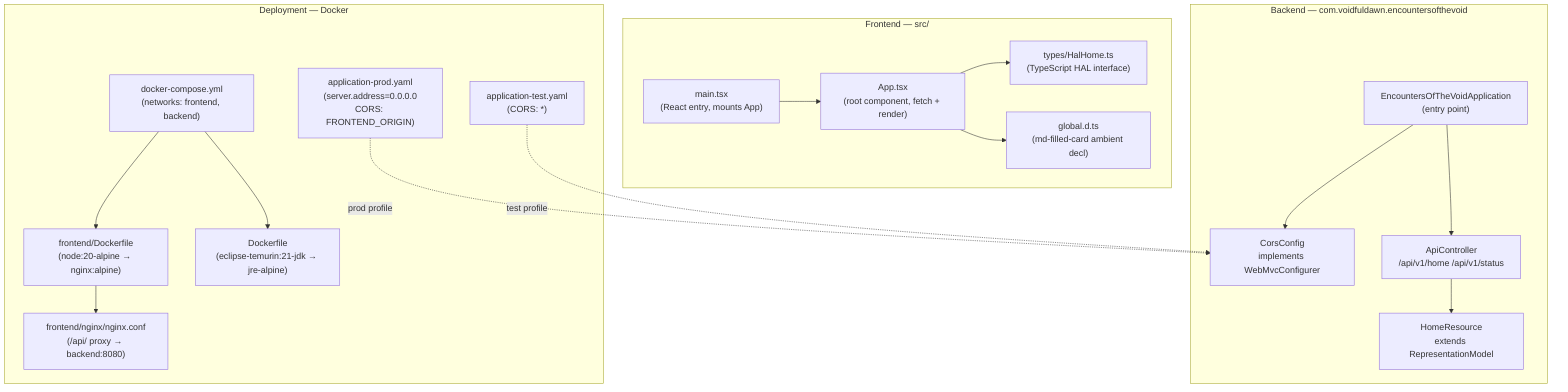
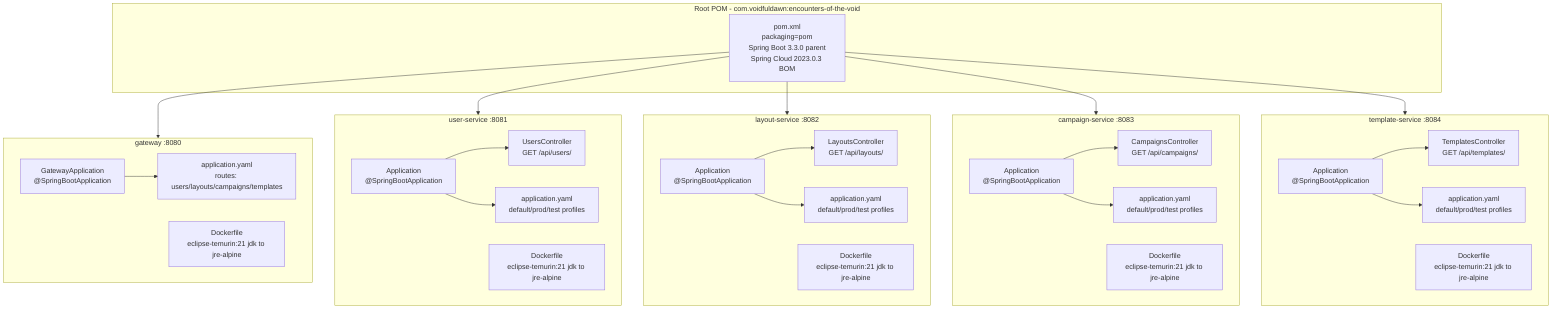
graph TB
-     subgraph backend ["Backend — com.voidfuldawn.encountersofthevoid"]
-         App["EncountersOfTheVoidApplication\n(entry point)"]
-         Controller["ApiController\n/api/v1/home  /api/v1/status"]
-         Model["HomeResource\nextends RepresentationModel"]
-         Config["CorsConfig\nimplements WebMvcConfigurer"]
+     subgraph root ["Root POM - com.voidfuldawn:encounters-of-the-void"]
+         RootPOM["pom.xml\npackaging=pom\nSpring Boot 3.3.0 parent\nSpring Cloud 2023.0.3 BOM"]
    end

-     subgraph frontend ["Frontend — src/"]
-         MainTSX["main.tsx\n(React entry, mounts App)"]
-         AppTSX["App.tsx\n(root component, fetch + render)"]
-         Types["types/HalHome.ts\n(TypeScript HAL interface)"]
-         GlobalD["global.d.ts\n(md-filled-card ambient decl)"]
+     subgraph gateway_mod ["gateway :8080"]
+         GWApp["GatewayApplication\n@SpringBootApplication"]
+         GWYaml["application.yaml\nroutes: users/layouts/campaigns/templates"]
+         GWDocker["Dockerfile\neclipse-temurin:21 jdk to jre-alpine"]
    end

-     subgraph deployment ["Deployment — Docker"]
-         DockerBE["Dockerfile\n(eclipse-temurin:21-jdk → jre-alpine)"]
-         DockerFE["frontend/Dockerfile\n(node:20-alpine → nginx:alpine)"]
-         NginxConf["frontend/nginx/nginx.conf\n(/api/ proxy → backend:8080)"]
-         Compose["docker-compose.yml\n(networks: frontend, backend)"]
-         ProfProd["application-prod.yaml\n(server.address=0.0.0.0\nCORS: FRONTEND_ORIGIN)"]
-         ProfTest["application-test.yaml\n(CORS: *)"]
+     subgraph user_mod ["user-service :8081"]
+         UApp["Application\n@SpringBootApplication"]
+         UC["UsersController\nGET /api/users/"]
+         UYaml["application.yaml\ndefault/prod/test profiles"]
+         UDocker["Dockerfile\neclipse-temurin:21 jdk to jre-alpine"]
    end

-     App --> Controller
-     App --> Config
-     Controller --> Model
-     MainTSX --> AppTSX
-     AppTSX --> Types
-     AppTSX --> GlobalD
-     Compose --> DockerBE
-     Compose --> DockerFE
-     DockerFE --> NginxConf
-     ProfProd -.->|"prod profile"| Config
-     ProfTest -.->|"test profile"| Config
+     subgraph layout_mod ["layout-service :8082"]
+         LApp["Application\n@SpringBootApplication"]
+         LC["LayoutsController\nGET /api/layouts/"]
+         LYaml["application.yaml\ndefault/prod/test profiles"]
+         LDocker["Dockerfile\neclipse-temurin:21 jdk to jre-alpine"]
+     end
+ 
+     subgraph campaign_mod ["campaign-service :8083"]
+         CApp["Application\n@SpringBootApplication"]
+         CC["CampaignsController\nGET /api/campaigns/"]
+         CYaml["application.yaml\ndefault/prod/test profiles"]
+         CDocker["Dockerfile\neclipse-temurin:21 jdk to jre-alpine"]
+     end
+ 
+     subgraph template_mod ["template-service :8084"]
+         TApp["Application\n@SpringBootApplication"]
+         TC["TemplatesController\nGET /api/templates/"]
+         TYaml["application.yaml\ndefault/prod/test profiles"]
+         TDocker["Dockerfile\neclipse-temurin:21 jdk to jre-alpine"]
+     end
+ 
+     RootPOM --> gateway_mod
+     RootPOM --> user_mod
+     RootPOM --> layout_mod
+     RootPOM --> campaign_mod
+     RootPOM --> template_mod
+ 
+     GWApp --> GWYaml
+     UApp --> UC
+     UApp --> UYaml
+     LApp --> LC
+     LApp --> LYaml
+     CApp --> CC
+     CApp --> CYaml
+     TApp --> TC
+     TApp --> TYaml
